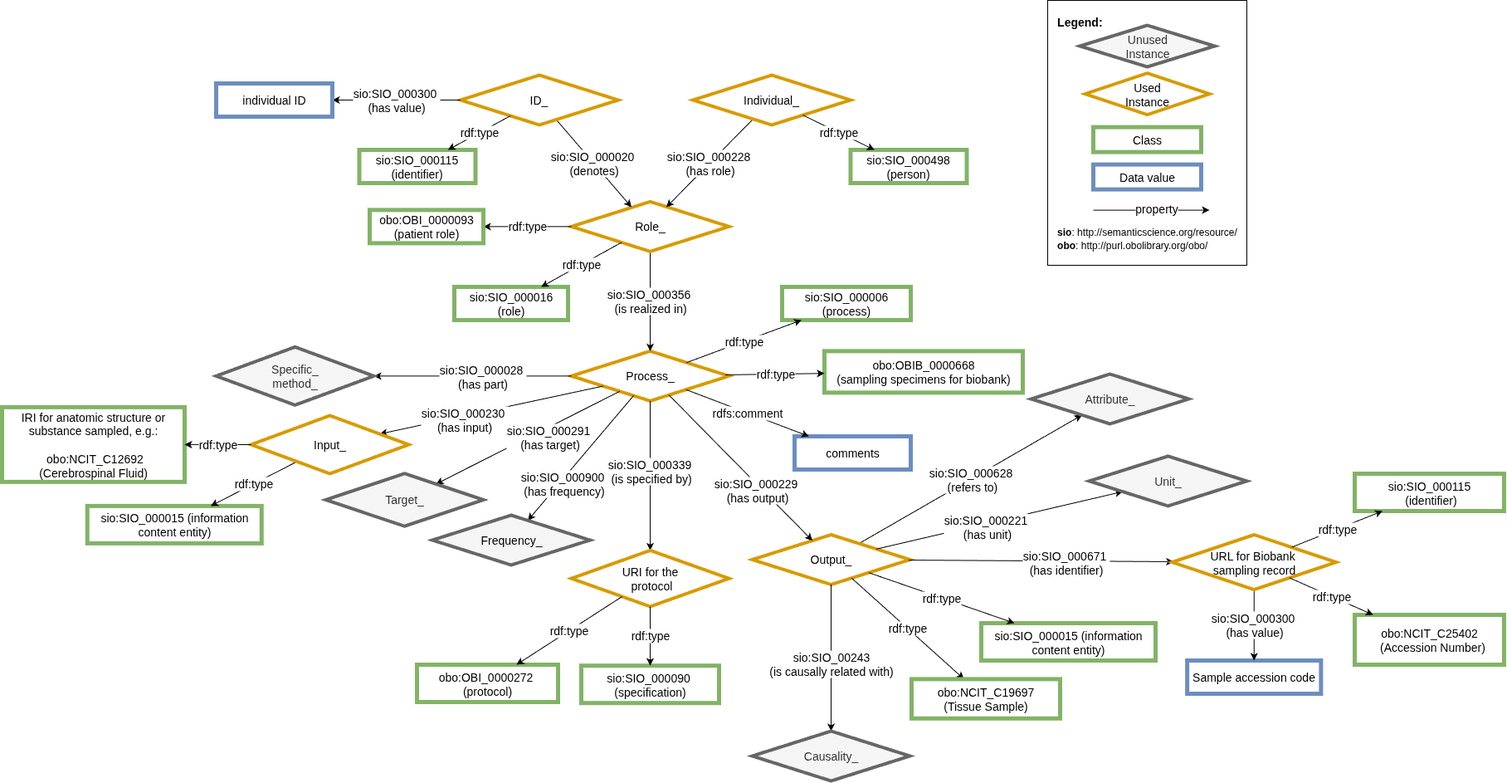
Before: images/obo/CARE-SM-obo-Biobank.drawio.png, a diagram exported from draw.io (CARE-SM/CARE-Semantic-Model). Source tidied: cells renumbered, new cells last; positions are measured from the earlier drawing's top-left corner, leaving out a move shared by most shapes.
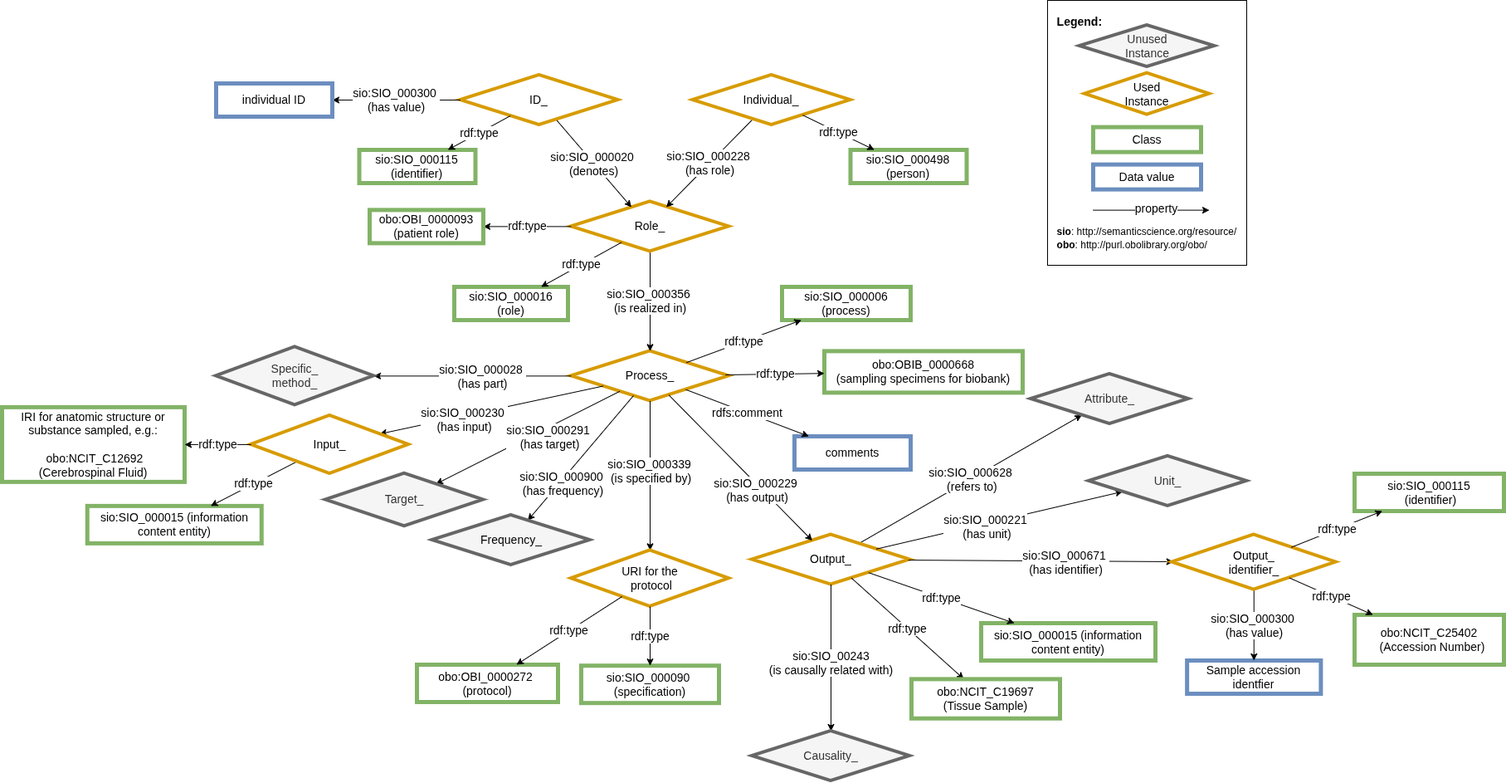
The same diagram one commit later.

Commit message:
Biobank identifier modified

What changed in the source:
```diff
@@ -172,7 +172,7 @@
     <mxCell id="53" value="sio:SIO_000671&amp;nbsp;&lt;div&gt;(has identifier)&lt;/div&gt;" style="rounded=0;jettySize=auto;html=1;fontSize=14;" parent="1" edge="1" source="3" target="64">
       <mxGeometry x="0.19" y="-2" relative="1" as="geometry" />
     </mxCell>
-    <mxCell id="54" value="Sample accession code" style="whiteSpace=wrap;html=1;fillColor=#FFFFFF;strokeColor=#6c8ebf;strokeWidth=5;fontSize=14;" parent="1" vertex="1">
+    <mxCell id="54" value="Sample accession identfier" style="whiteSpace=wrap;html=1;fillColor=#FFFFFF;strokeColor=#6c8ebf;strokeWidth=5;fontSize=14;" parent="1" vertex="1">
       <mxGeometry x="1428.1" y="795" width="161.2" height="40" as="geometry" />
     </mxCell>
     <mxCell id="55" value="sio:SIO_000300&amp;nbsp;&lt;div&gt;(has value)&lt;/div&gt;" style="rounded=0;jettySize=auto;html=1;fontSize=14;" parent="1" edge="1" source="64" target="54">
@@ -204,7 +204,7 @@
     <mxCell id="63" value="Causality_" style="rhombus;whiteSpace=wrap;html=1;fillColor=#f5f5f5;strokeColor=#666666;perimeter=rhombusPerimeter;arcSize=20;comic=0;enumerate=0;strokeWidth=4;rounded=0;fontSize=14;fontColor=#333333;" parent="1" vertex="1">
       <mxGeometry x="904" y="880" width="190" height="60" as="geometry" />
     </mxCell>
-    <mxCell id="64" value="&lt;div&gt;URL for Biobank&amp;nbsp;&lt;/div&gt;&lt;div&gt;sampling record&lt;/div&gt;" style="rhombus;whiteSpace=wrap;html=1;fillColor=#FFFFFF;strokeColor=#D79B00;perimeter=rhombusPerimeter;arcSize=20;comic=0;enumerate=0;strokeWidth=4;rounded=0;fontSize=14;" parent="1" vertex="1">
+    <mxCell id="64" value="&lt;div&gt;Output_&lt;/div&gt;&lt;div&gt;identifier_&lt;/div&gt;" style="rhombus;whiteSpace=wrap;html=1;fillColor=#FFFFFF;strokeColor=#D79B00;perimeter=rhombusPerimeter;arcSize=20;comic=0;enumerate=0;strokeWidth=4;rounded=0;fontSize=14;" parent="1" vertex="1">
       <mxGeometry x="1410" y="643.5" width="197.5" height="66.2" as="geometry" />
     </mxCell>
     <mxCell id="65" value="sio:SIO_000115&lt;div&gt;&amp;nbsp;(identifier)&lt;/div&gt;" style="whiteSpace=wrap;html=1;fillColor=#FFFFFF;strokeColor=#82b366;strokeWidth=5;fontSize=14;" parent="1" vertex="1">
```
